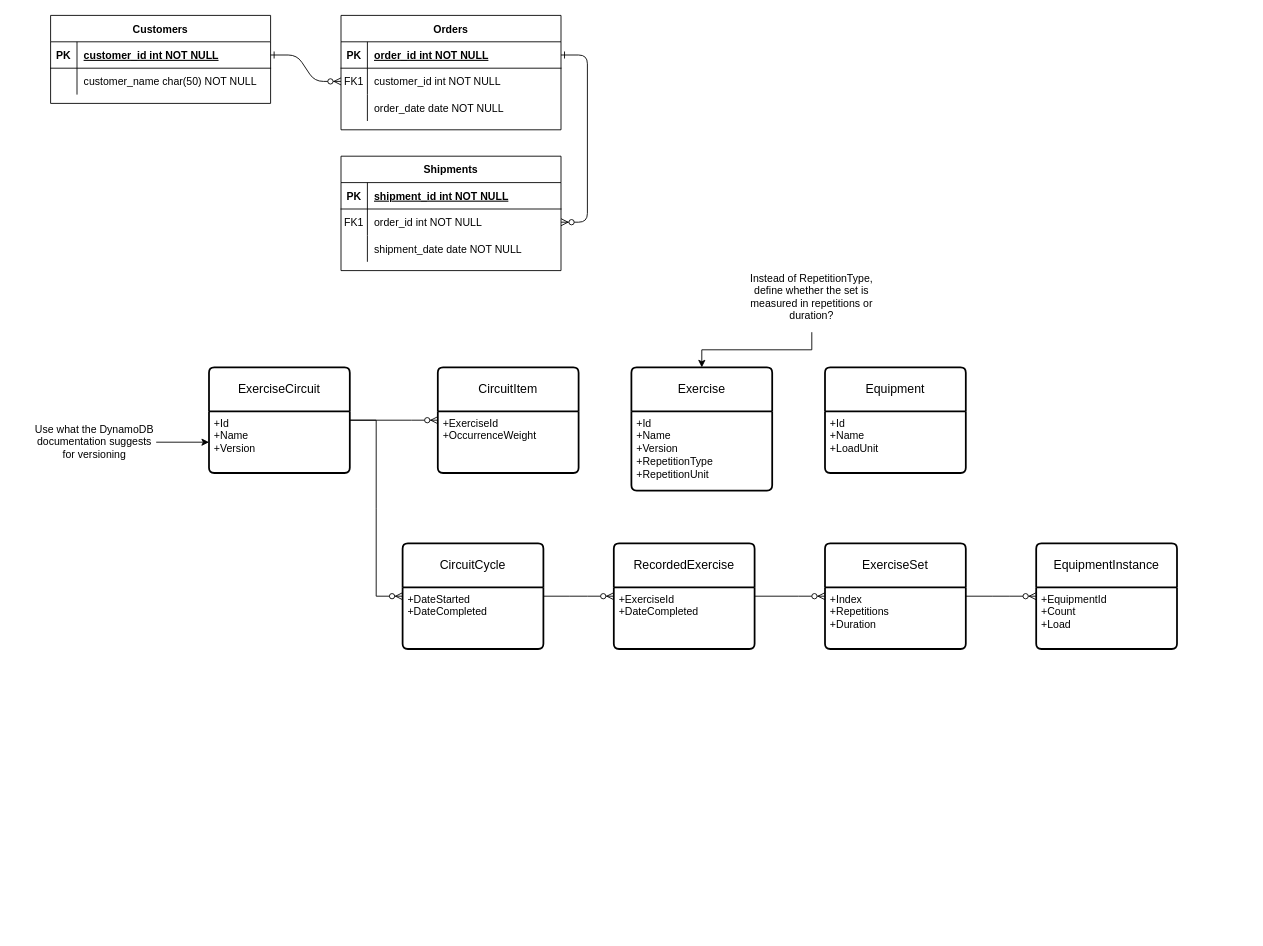
TankSlayer1337/circuits-backend keeps this draw.io diagram as Documents/entity-relations.drawio. Above is the earlier version. Source tidied: cells renumbered, new cells numbered last; positions are measured from the earlier drawing's top-left corner, leaving out a move shared by most shapes. Both pictures are drawn from the tidied source at 88%, with x=0, y=0 at pixel (33, 15).
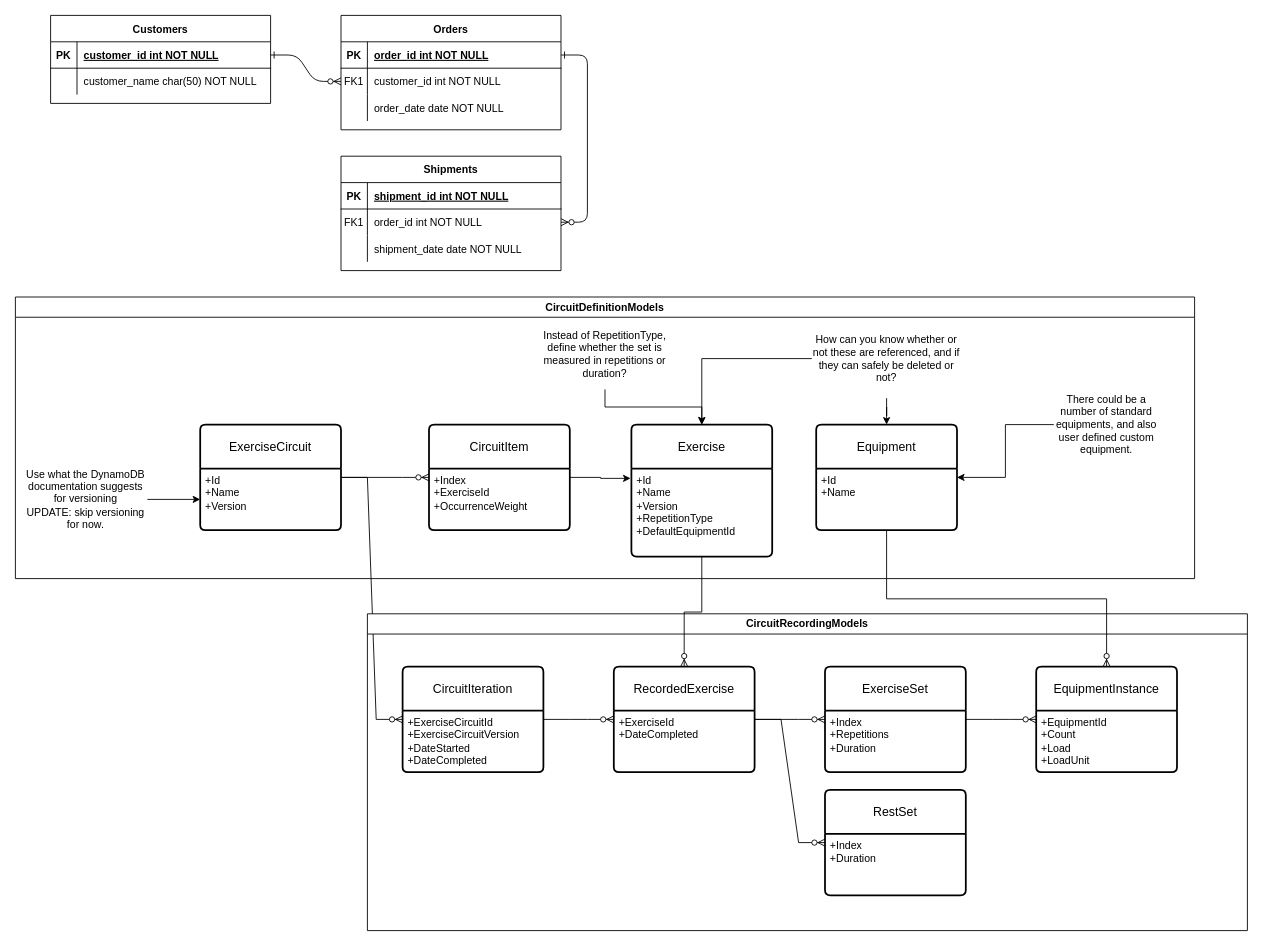
Above is the later version.

Unchanged cells that the change refers to:
```xml
<mxCell id="37" value="+Id&lt;br&gt;+Name&lt;br&gt;+Version" style="align=left;strokeColor=none;fillColor=none;spacingLeft=4;fontSize=12;verticalAlign=top;html=1;" parent="36" vertex="1">
  <mxGeometry y="50" width="160" height="70" as="geometry" />
</mxCell>
```

What changed in the source:
```diff
@@
+    <mxCell id="35" style="edgeStyle=entityRelationEdgeStyle;fontSize=12;html=1;endArrow=ERzeroToMany;endFill=1;rounded=0;" parent="1" edge="1" source="36" target="33">
+      <mxGeometry relative="1" as="geometry" />
+    </mxCell>
+    <mxCell id="56" value="CircuitDefinitionModels" style="swimlane;whiteSpace=wrap;html=1;" parent="1" vertex="1">
+      <mxGeometry x="-20" y="320" width="1340" height="320" as="geometry" />
+    </mxCell>
-    <mxCell id="31" value="Exercise" style="swimlane;horizontal=1;startSize=50;rounded=1;fontSize=14;fontStyle=0;strokeWidth=2;shadow=0;dashed=0;align=center;arcSize=4;whiteSpace=wrap;html=1;" parent="1" vertex="1">
-      <mxGeometry x="680" y="400" width="160" height="140" as="geometry" />
+    <mxCell id="31" value="Exercise" style="swimlane;horizontal=1;startSize=50;rounded=1;fontSize=14;fontStyle=0;strokeWidth=2;shadow=0;dashed=0;align=center;arcSize=4;whiteSpace=wrap;html=1;" parent="56" vertex="1">
+      <mxGeometry x="700" y="145" width="160" height="150" as="geometry" />
     </mxCell>
-    <mxCell id="32" value="+Id&lt;br&gt;+Name&lt;br&gt;+Version&lt;br&gt;+RepetitionType&lt;br&gt;+RepetitionUnit" style="align=left;strokeColor=none;fillColor=none;spacingLeft=4;fontSize=12;verticalAlign=top;html=1;" parent="31" vertex="1">
-      <mxGeometry y="50" width="160" height="90" as="geometry" />
+    <mxCell id="32" value="+Id&lt;br&gt;+Name&lt;br&gt;+Version&lt;br&gt;+RepetitionType&lt;br&gt;+DefaultEquipmentId" style="align=left;strokeColor=none;fillColor=none;spacingLeft=4;fontSize=12;verticalAlign=top;html=1;" parent="31" vertex="1">
+      <mxGeometry y="50" width="160" height="100" as="geometry" />
     </mxCell>
-    <mxCell id="33" value="CircuitCycle" style="swimlane;horizontal=1;startSize=50;rounded=1;fontSize=14;fontStyle=0;strokeWidth=2;shadow=0;dashed=0;align=center;arcSize=4;whiteSpace=wrap;html=1;" parent="1" vertex="1">
-      <mxGeometry x="420" y="600" width="160" height="120" as="geometry" />
-    </mxCell>
-    <mxCell id="34" value="+DateStarted&lt;br&gt;+DateCompleted" style="align=left;strokeColor=none;fillColor=none;spacingLeft=4;fontSize=12;verticalAlign=top;html=1;" parent="33" vertex="1">
-      <mxGeometry y="50" width="160" height="70" as="geometry" />
-    </mxCell>
-    <mxCell id="35" style="edgeStyle=entityRelationEdgeStyle;fontSize=12;html=1;endArrow=ERzeroToMany;endFill=1;rounded=0;" parent="1" edge="1" source="36" target="33">
-      <mxGeometry relative="1" as="geometry" />
-    </mxCell>
-    <mxCell id="36" value="ExerciseCircuit" style="swimlane;horizontal=1;startSize=50;rounded=1;fontSize=14;fontStyle=0;strokeWidth=2;shadow=0;dashed=0;align=center;arcSize=4;whiteSpace=wrap;html=1;" parent="1" vertex="1">
-      <mxGeometry x="200" y="400" width="160" height="120" as="geometry" />
+    <mxCell id="36" value="ExerciseCircuit" style="swimlane;horizontal=1;startSize=50;rounded=1;fontSize=14;fontStyle=0;strokeWidth=2;shadow=0;dashed=0;align=center;arcSize=4;whiteSpace=wrap;html=1;" parent="56" vertex="1">
+      <mxGeometry x="210" y="145" width="160" height="120" as="geometry" />
     </mxCell>
@@
-    <mxCell id="38" style="edgeStyle=orthogonalEdgeStyle;rounded=0;jettySize=auto;html=1;" parent="1" edge="1" source="39" target="37">
+    <mxCell id="38" style="edgeStyle=orthogonalEdgeStyle;rounded=0;jettySize=auto;html=1;" parent="56" edge="1" source="39" target="37">
       <mxGeometry relative="1" as="geometry" />
     </mxCell>
-    <mxCell id="39" value="Use what the DynamoDB documentation suggests for versioning" style="text;html=1;strokeColor=none;fillColor=none;align=center;verticalAlign=middle;whiteSpace=wrap;rounded=0;" parent="1" vertex="1">
-      <mxGeometry y="450" width="140" height="70" as="geometry" />
+    <mxCell id="39" value="Use what the DynamoDB documentation suggests for versioning&lt;br&gt;UPDATE: skip versioning for now." style="text;html=1;strokeColor=none;fillColor=none;align=center;verticalAlign=middle;whiteSpace=wrap;rounded=0;" parent="56" vertex="1">
+      <mxGeometry x="10" y="195" width="140" height="70" as="geometry" />
     </mxCell>
+    <mxCell id="57" style="edgeStyle=orthogonalEdgeStyle;rounded=0;jettySize=auto;html=1;entryX=-0.006;entryY=0.111;entryDx=0;entryDy=0;entryPerimeter=0;" parent="56" edge="1" source="43" target="32">
+      <mxGeometry relative="1" as="geometry" />
+    </mxCell>
+    <mxCell id="43" value="CircuitItem" style="swimlane;horizontal=1;startSize=50;rounded=1;fontSize=14;fontStyle=0;strokeWidth=2;shadow=0;dashed=0;align=center;arcSize=4;whiteSpace=wrap;html=1;" parent="56" vertex="1">
+      <mxGeometry x="470" y="145" width="160" height="120" as="geometry" />
+    </mxCell>
+    <mxCell id="44" value="+Index&lt;br&gt;+ExerciseId&lt;br&gt;+OccurrenceWeight" style="align=left;strokeColor=none;fillColor=none;spacingLeft=4;fontSize=12;verticalAlign=top;html=1;" parent="43" vertex="1">
+      <mxGeometry y="50" width="160" height="70" as="geometry" />
+    </mxCell>
+    <mxCell id="45" style="edgeStyle=entityRelationEdgeStyle;fontSize=12;html=1;endArrow=ERzeroToMany;endFill=1;rounded=0;" parent="56" edge="1" source="36" target="43">
+      <mxGeometry relative="1" as="geometry" />
+    </mxCell>
+    <mxCell id="48" value="Equipment" style="swimlane;horizontal=1;startSize=50;rounded=1;fontSize=14;fontStyle=0;strokeWidth=2;shadow=0;dashed=0;align=center;arcSize=4;whiteSpace=wrap;html=1;" parent="56" vertex="1">
+      <mxGeometry x="910" y="145" width="160" height="120" as="geometry" />
+    </mxCell>
+    <mxCell id="49" value="+Id&lt;br&gt;+Name" style="align=left;strokeColor=none;fillColor=none;spacingLeft=4;fontSize=12;verticalAlign=top;html=1;" parent="48" vertex="1">
+      <mxGeometry y="50" width="160" height="70" as="geometry" />
+    </mxCell>
+    <mxCell id="54" style="edgeStyle=orthogonalEdgeStyle;rounded=0;jettySize=auto;html=1;" parent="56" edge="1" source="55" target="31">
+      <mxGeometry relative="1" as="geometry" />
+    </mxCell>
+    <mxCell id="55" value="Instead of RepetitionType, define whether the set is measured in repetitions or duration?" style="text;html=1;strokeColor=none;fillColor=none;align=center;verticalAlign=middle;whiteSpace=wrap;rounded=0;" parent="56" vertex="1">
+      <mxGeometry x="595" y="25" width="150" height="80" as="geometry" />
+    </mxCell>
+    <mxCell id="58" style="edgeStyle=orthogonalEdgeStyle;rounded=0;jettySize=auto;html=1;" parent="56" edge="1" source="59" target="48">
+      <mxGeometry relative="1" as="geometry" />
+    </mxCell>
+    <mxCell id="59" value="There could be a number of standard equipments, and also user defined custom equipment." style="text;html=1;strokeColor=none;fillColor=none;align=center;verticalAlign=middle;whiteSpace=wrap;rounded=0;" parent="56" vertex="1">
+      <mxGeometry x="1180" y="105" width="120" height="80" as="geometry" />
+    </mxCell>
+    <mxCell id="60" value="How can you know whether or not these are referenced, and if they can safely be deleted or not?" style="text;html=1;strokeColor=none;fillColor=none;align=center;verticalAlign=middle;whiteSpace=wrap;rounded=0;" parent="56" vertex="1">
+      <mxGeometry x="905" y="25" width="170" height="90" as="geometry" />
+    </mxCell>
+    <mxCell id="61" style="edgeStyle=orthogonalEdgeStyle;rounded=0;jettySize=auto;html=1;" parent="56" edge="1" source="60" target="48">
+      <mxGeometry relative="1" as="geometry" />
+    </mxCell>
+    <mxCell id="62" style="edgeStyle=orthogonalEdgeStyle;rounded=0;jettySize=auto;html=1;" parent="56" edge="1" source="60" target="31">
+      <mxGeometry relative="1" as="geometry" />
+    </mxCell>
+    <mxCell id="63" value="CircuitRecordingModels" style="swimlane;whiteSpace=wrap;html=1;" parent="1" vertex="1">
+      <mxGeometry x="380" y="680" width="1000" height="360" as="geometry" />
+    </mxCell>
+    <mxCell id="33" value="CircuitIteration" style="swimlane;horizontal=1;startSize=50;rounded=1;fontSize=14;fontStyle=0;strokeWidth=2;shadow=0;dashed=0;align=center;arcSize=4;whiteSpace=wrap;html=1;" parent="63" vertex="1">
+      <mxGeometry x="40" y="60" width="160" height="120" as="geometry" />
+    </mxCell>
+    <mxCell id="34" value="+ExerciseCircuitId&lt;br&gt;+ExerciseCircuitVersion&lt;br&gt;+DateStarted&lt;br&gt;+DateCompleted" style="align=left;strokeColor=none;fillColor=none;spacingLeft=4;fontSize=12;verticalAlign=top;html=1;" parent="33" vertex="1">
+      <mxGeometry y="50" width="160" height="70" as="geometry" />
+    </mxCell>
-    <mxCell id="40" value="RecordedExercise" style="swimlane;horizontal=1;startSize=50;rounded=1;fontSize=14;fontStyle=0;strokeWidth=2;shadow=0;dashed=0;align=center;arcSize=4;whiteSpace=wrap;html=1;" parent="1" vertex="1">
-      <mxGeometry x="660" y="600" width="160" height="120" as="geometry" />
+    <mxCell id="40" value="RecordedExercise" style="swimlane;horizontal=1;startSize=50;rounded=1;fontSize=14;fontStyle=0;strokeWidth=2;shadow=0;dashed=0;align=center;arcSize=4;whiteSpace=wrap;html=1;" parent="63" vertex="1">
+      <mxGeometry x="280" y="60" width="160" height="120" as="geometry" />
     </mxCell>
@@
-    <mxCell id="42" style="edgeStyle=entityRelationEdgeStyle;fontSize=12;html=1;endArrow=ERzeroToMany;endFill=1;rounded=0;" parent="1" edge="1" source="33" target="40">
+    <mxCell id="42" style="edgeStyle=entityRelationEdgeStyle;fontSize=12;html=1;endArrow=ERzeroToMany;endFill=1;rounded=0;" parent="63" edge="1" source="33" target="40">
       <mxGeometry relative="1" as="geometry" />
     </mxCell>
-    <mxCell id="43" value="CircuitItem" style="swimlane;horizontal=1;startSize=50;rounded=1;fontSize=14;fontStyle=0;strokeWidth=2;shadow=0;dashed=0;align=center;arcSize=4;whiteSpace=wrap;html=1;" parent="1" vertex="1">
-      <mxGeometry x="460" y="400" width="160" height="120" as="geometry" />
-    </mxCell>
-    <mxCell id="44" value="+ExerciseId&lt;br&gt;+OccurrenceWeight" style="align=left;strokeColor=none;fillColor=none;spacingLeft=4;fontSize=12;verticalAlign=top;html=1;" parent="43" vertex="1">
-      <mxGeometry y="50" width="160" height="70" as="geometry" />
-    </mxCell>
-    <mxCell id="45" style="edgeStyle=entityRelationEdgeStyle;fontSize=12;html=1;endArrow=ERzeroToMany;endFill=1;rounded=0;" parent="1" edge="1" source="36" target="43">
-      <mxGeometry relative="1" as="geometry" />
-    </mxCell>
-    <mxCell id="46" value="ExerciseSet" style="swimlane;horizontal=1;startSize=50;rounded=1;fontSize=14;fontStyle=0;strokeWidth=2;shadow=0;dashed=0;align=center;arcSize=4;whiteSpace=wrap;html=1;" parent="1" vertex="1">
-      <mxGeometry x="900" y="600" width="160" height="120" as="geometry" />
+    <mxCell id="46" value="ExerciseSet" style="swimlane;horizontal=1;startSize=50;rounded=1;fontSize=14;fontStyle=0;strokeWidth=2;shadow=0;dashed=0;align=center;arcSize=4;whiteSpace=wrap;html=1;" parent="63" vertex="1">
+      <mxGeometry x="520" y="60" width="160" height="120" as="geometry" />
     </mxCell>
@@
-    <mxCell id="48" value="Equipment" style="swimlane;horizontal=1;startSize=50;rounded=1;fontSize=14;fontStyle=0;strokeWidth=2;shadow=0;dashed=0;align=center;arcSize=4;whiteSpace=wrap;html=1;" parent="1" vertex="1">
-      <mxGeometry x="900" y="400" width="160" height="120" as="geometry" />
-    </mxCell>
-    <mxCell id="49" value="+Id&lt;br&gt;+Name&lt;br&gt;+LoadUnit" style="align=left;strokeColor=none;fillColor=none;spacingLeft=4;fontSize=12;verticalAlign=top;html=1;" parent="48" vertex="1">
-      <mxGeometry y="50" width="160" height="70" as="geometry" />
-    </mxCell>
-    <mxCell id="50" style="edgeStyle=entityRelationEdgeStyle;fontSize=12;html=1;endArrow=ERzeroToMany;endFill=1;rounded=0;" parent="1" edge="1" source="40" target="46">
+    <mxCell id="50" style="edgeStyle=entityRelationEdgeStyle;fontSize=12;html=1;endArrow=ERzeroToMany;endFill=1;rounded=0;" parent="63" edge="1" source="40" target="46">
       <mxGeometry relative="1" as="geometry" />
     </mxCell>
-    <mxCell id="51" value="EquipmentInstance" style="swimlane;horizontal=1;startSize=50;rounded=1;fontSize=14;fontStyle=0;strokeWidth=2;shadow=0;dashed=0;align=center;arcSize=4;whiteSpace=wrap;html=1;" parent="1" vertex="1">
-      <mxGeometry x="1140" y="600" width="160" height="120" as="geometry" />
+    <mxCell id="51" value="EquipmentInstance" style="swimlane;horizontal=1;startSize=50;rounded=1;fontSize=14;fontStyle=0;strokeWidth=2;shadow=0;dashed=0;align=center;arcSize=4;whiteSpace=wrap;html=1;" parent="63" vertex="1">
+      <mxGeometry x="760" y="60" width="160" height="120" as="geometry" />
     </mxCell>
-    <mxCell id="52" value="+EquipmentId&lt;br&gt;+Count&lt;br&gt;+Load" style="align=left;strokeColor=none;fillColor=none;spacingLeft=4;fontSize=12;verticalAlign=top;html=1;" parent="51" vertex="1">
+    <mxCell id="52" value="+EquipmentId&lt;br&gt;+Count&lt;br&gt;+Load&lt;br&gt;+LoadUnit" style="align=left;strokeColor=none;fillColor=none;spacingLeft=4;fontSize=12;verticalAlign=top;html=1;" parent="51" vertex="1">
       <mxGeometry y="50" width="160" height="70" as="geometry" />
     </mxCell>
-    <mxCell id="53" style="edgeStyle=entityRelationEdgeStyle;fontSize=12;html=1;endArrow=ERzeroToMany;endFill=1;rounded=0;" parent="1" edge="1" source="46" target="51">
+    <mxCell id="53" style="edgeStyle=entityRelationEdgeStyle;fontSize=12;html=1;endArrow=ERzeroToMany;endFill=1;rounded=0;" parent="63" edge="1" source="46" target="51">
       <mxGeometry relative="1" as="geometry" />
     </mxCell>
-    <mxCell id="54" style="edgeStyle=orthogonalEdgeStyle;rounded=0;jettySize=auto;html=1;" parent="1" edge="1" source="55" target="31">
-      <mxGeometry relative="1" as="geometry" />
-    </mxCell>
-    <mxCell id="55" value="Instead of RepetitionType, define whether the set is measured in repetitions or duration?" style="text;html=1;strokeColor=none;fillColor=none;align=center;verticalAlign=middle;whiteSpace=wrap;rounded=0;" parent="1" vertex="1">
-      <mxGeometry x="810" y="280" width="150" height="80" as="geometry" />
-    </mxCell>
+    <mxCell id="64" value="RestSet" style="swimlane;horizontal=1;startSize=50;rounded=1;fontSize=14;fontStyle=0;strokeWidth=2;shadow=0;dashed=0;align=center;arcSize=4;whiteSpace=wrap;html=1;" parent="63" vertex="1">
+      <mxGeometry x="520" y="200" width="160" height="120" as="geometry" />
+    </mxCell>
+    <mxCell id="65" value="+Index&lt;br&gt;+Duration" style="align=left;strokeColor=none;fillColor=none;spacingLeft=4;fontSize=12;verticalAlign=top;html=1;" parent="64" vertex="1">
+      <mxGeometry y="50" width="160" height="70" as="geometry" />
+    </mxCell>
+    <mxCell id="66" style="edgeStyle=entityRelationEdgeStyle;fontSize=12;html=1;endArrow=ERzeroToMany;endFill=1;rounded=0;" parent="63" edge="1" source="40" target="64">
+      <mxGeometry relative="1" as="geometry" />
+    </mxCell>
+    <mxCell id="67" style="edgeStyle=elbowEdgeStyle;fontSize=12;html=1;endArrow=ERzeroToMany;endFill=1;rounded=0;elbow=vertical;" parent="1" edge="1" source="31" target="40">
+      <mxGeometry relative="1" as="geometry" />
+    </mxCell>
+    <mxCell id="68" style="edgeStyle=elbowEdgeStyle;fontSize=12;html=1;endArrow=ERzeroToMany;endFill=1;rounded=0;elbow=vertical;" parent="1" edge="1" source="48" target="51">
+      <mxGeometry relative="1" as="geometry" />
+    </mxCell>
```
